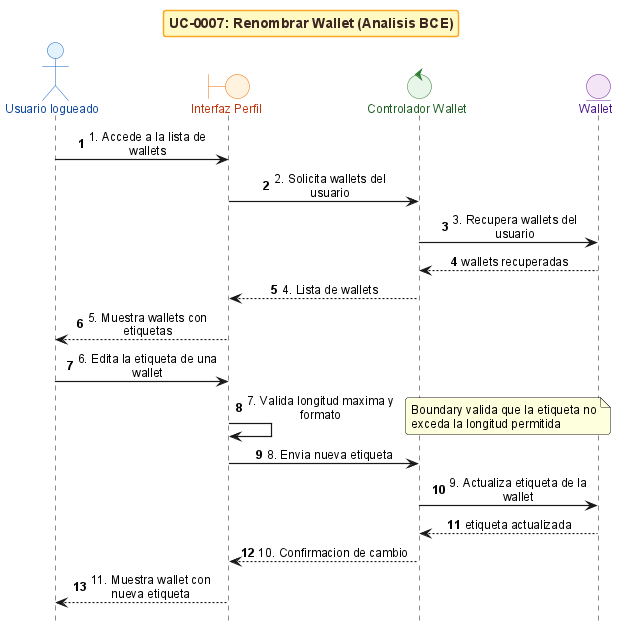
ErDeivih/DocumentChain keeps this PlantUML diagram as anexos/diagramas/seq-bce-uc0007-rename-wallet.png. Above is the earlier version. The source it was exported from:
```plantuml
@startuml
!include _sequence-bce-style.puml

title UC-0007: Renombrar Wallet (Analisis BCE)

actor "Usuario logueado" as Actor
boundary "Interfaz Perfil" as BF
control "Controlador Wallet" as CW
entity "Wallet" as EW


Actor -> BF : 1. Accede a la lista de wallets
BF -> CW : 2. Solicita wallets del usuario
CW -> EW : 3. Recupera wallets del usuario
EW --> CW : wallets recuperadas
CW --> BF : 4. Lista de wallets
BF --> Actor : 5. Muestra wallets con etiquetas

Actor -> BF : 6. Edita la etiqueta de una wallet
BF -> BF : 7. Valida longitud maxima y formato
note right : Boundary valida que la etiqueta no exceda la longitud permitida

BF -> CW : 8. Envia nueva etiqueta
CW -> EW : 9. Actualiza etiqueta de la wallet
EW --> CW : etiqueta actualizada

CW --> BF : 10. Confirmacion de cambio
BF --> Actor : 11. Muestra wallet con nueva etiqueta

@enduml
```
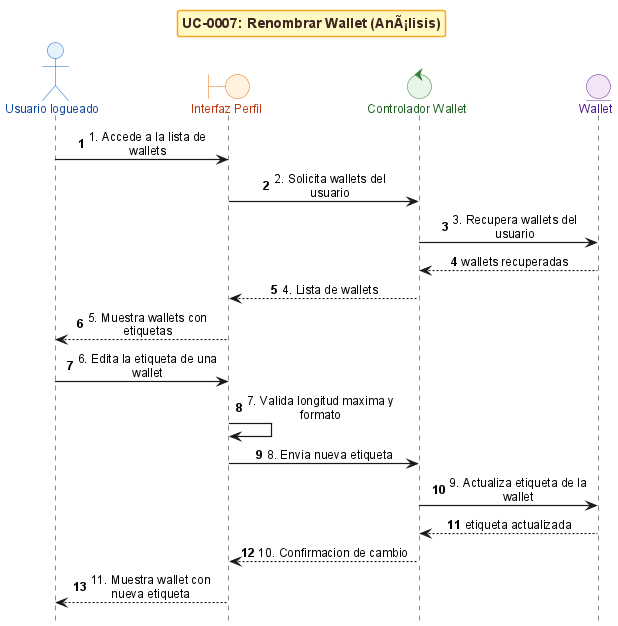
After the commit.

Change to the diagram source:
```diff
@@ -1,7 +1,7 @@
 @startuml
 !include _sequence-bce-style.puml
 
-title UC-0007: Renombrar Wallet (Analisis BCE)
+title UC-0007: Renombrar Wallet (AnÃ¡lisis)
 
 actor "Usuario logueado" as Actor
 boundary "Interfaz Perfil" as BF
@@ -18,7 +18,6 @@
 
 Actor -> BF : 6. Edita la etiqueta de una wallet
 BF -> BF : 7. Valida longitud maxima y formato
-note right : Boundary valida que la etiqueta no exceda la longitud permitida
 
 BF -> CW : 8. Envia nueva etiqueta
 CW -> EW : 9. Actualiza etiqueta de la wallet
```
